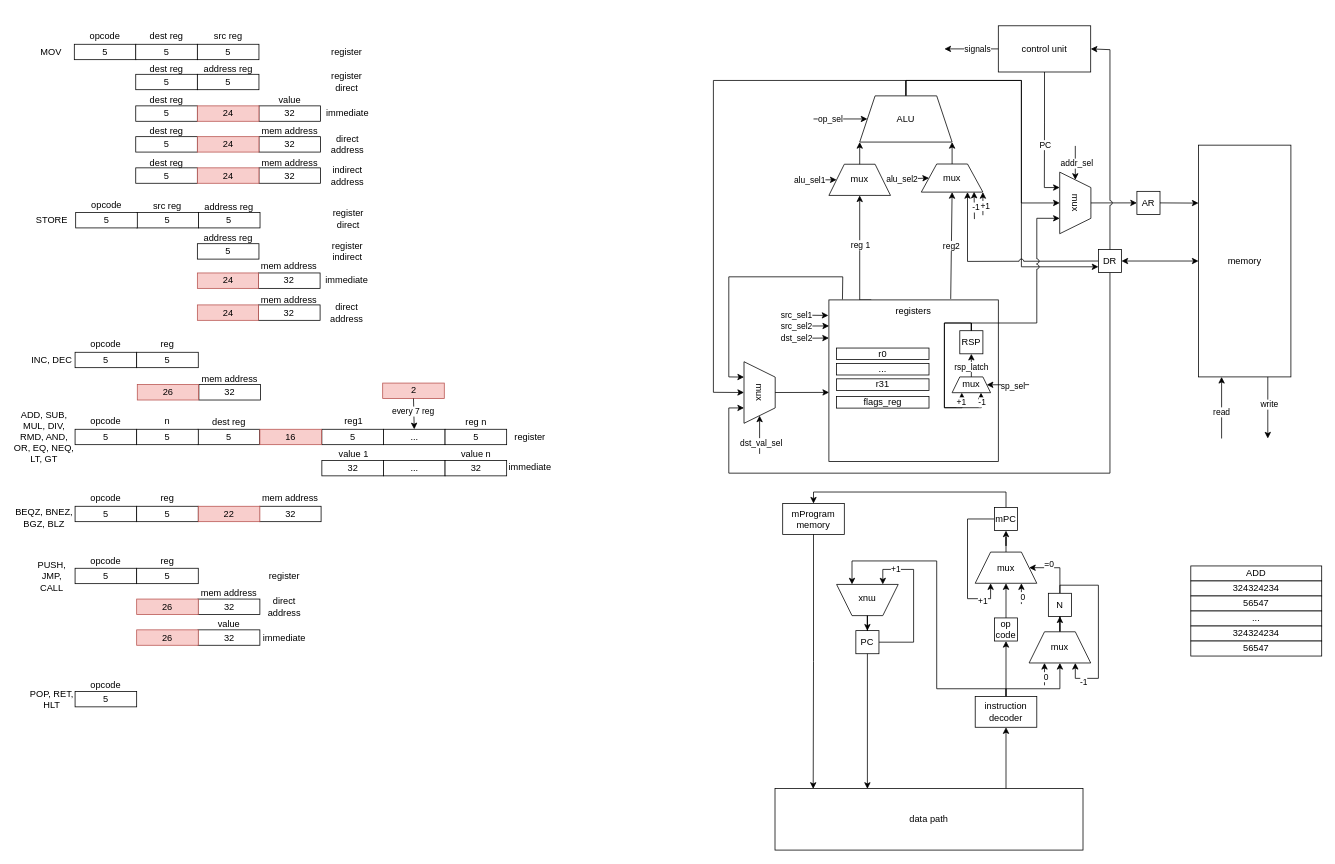
Earlier version of the draw.io diagram resources/csa_lab4.drawio (vanya9090/csa_lab4). Source tidied: cells renumbered, new cells numbered last; positions are measured from the earlier drawing's top-left corner, leaving out a move shared by most shapes. Both pictures are drawn from the tidied source at 77%, with x=0, y=0 at pixel (13, 25).
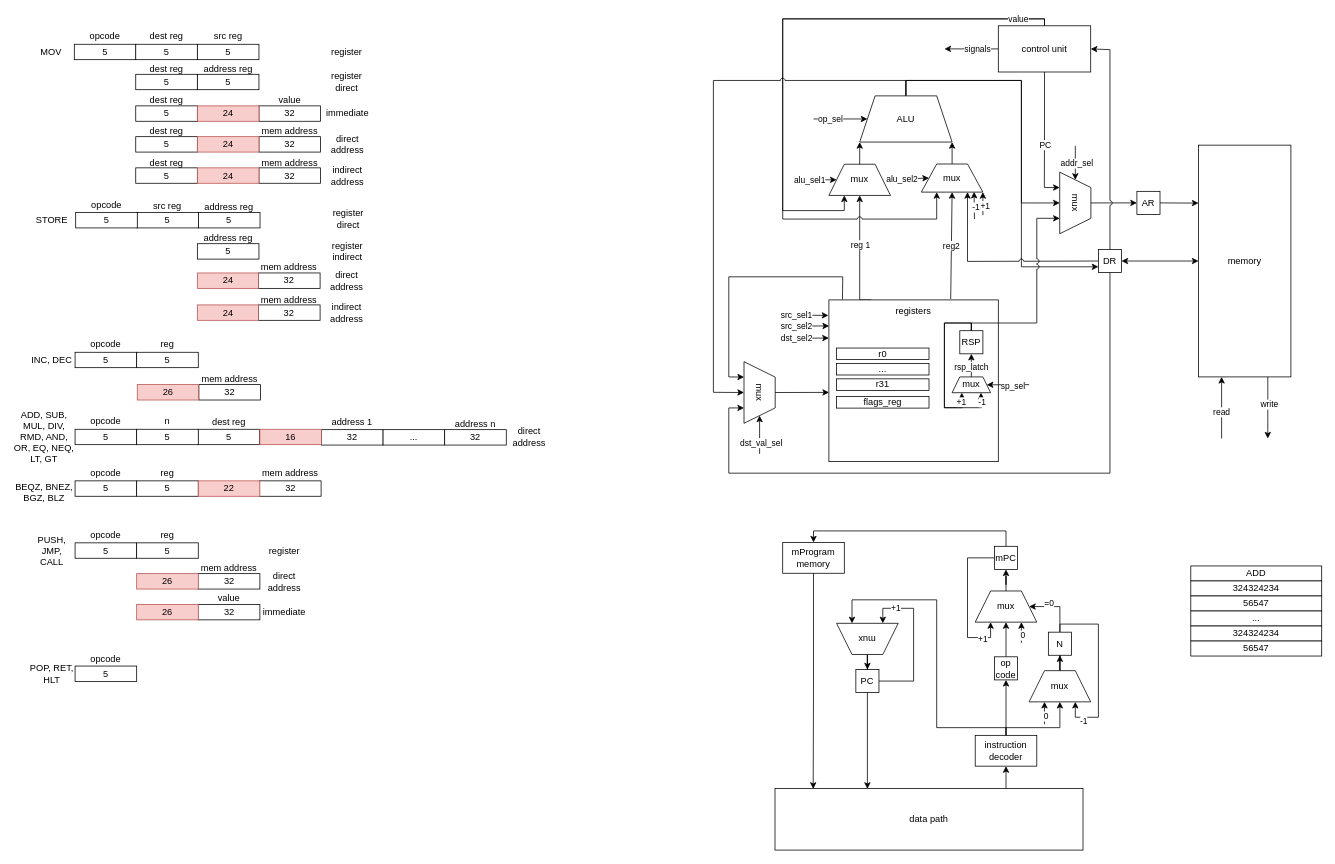
After the change.

The change refers to these unchanged cells:
```xml
<mxCell id="54" style="rounded=0;whiteSpace=wrap;html=1;" parent="1" vertex="1">
  <mxGeometry x="1059" y="357" width="220" height="210" as="geometry" />
</mxCell>
<mxCell id="58" value="mux" style="shape=trapezoid;perimeter=trapezoidPerimeter;whiteSpace=wrap;html=1;fixedSize=1;" parent="1" vertex="1">
  <mxGeometry x="1059" y="180.8" width="80" height="40.5" as="geometry" />
</mxCell>
<mxCell id="59" value="mux" style="shape=trapezoid;perimeter=trapezoidPerimeter;whiteSpace=wrap;html=1;fixedSize=1;" parent="1" vertex="1">
  <mxGeometry x="1179" y="180.5" width="80" height="36.5" as="geometry" />
</mxCell>
<mxCell id="70" value="control unit" style="rounded=0;whiteSpace=wrap;html=1;" parent="1" vertex="1">
  <mxGeometry x="1279" y="1" width="120" height="60" as="geometry" />
</mxCell>
```

Diff of the diagram source:
```diff
@@
-    <mxCell id="11" value="immediate" style="text;html=1;align=center;verticalAlign=middle;whiteSpace=wrap;rounded=0;" parent="1" vertex="1">
+    <mxCell id="11" value="direct address" style="text;html=1;align=center;verticalAlign=middle;whiteSpace=wrap;rounded=0;" parent="1" vertex="1">
       <mxGeometry x="403.2" y="317" width="60" height="30" as="geometry" />
     </mxCell>
@@
-    <mxCell id="25" value="5" style="rounded=0;whiteSpace=wrap;html=1;" parent="1" vertex="1">
-      <mxGeometry x="400.5" y="525" width="80" height="20" as="geometry" />
-    </mxCell>
-    <mxCell id="26" value="reg1" style="text;html=1;align=center;verticalAlign=middle;whiteSpace=wrap;rounded=0;" parent="1" vertex="1">
-      <mxGeometry x="411.5" y="500" width="60" height="30" as="geometry" />
-    </mxCell>
-    <mxCell id="27" value="..." style="rounded=0;whiteSpace=wrap;html=1;" parent="1" vertex="1">
-      <mxGeometry x="480.5" y="525" width="80" height="20" as="geometry" />
-    </mxCell>
-    <mxCell id="28" value="5" style="rounded=0;whiteSpace=wrap;html=1;" parent="1" vertex="1">
-      <mxGeometry x="560.5" y="525" width="80" height="20" as="geometry" />
-    </mxCell>
-    <mxCell id="29" value="reg n" style="text;html=1;align=center;verticalAlign=middle;whiteSpace=wrap;rounded=0;" parent="1" vertex="1">
-      <mxGeometry x="570.5" y="500.5" width="60" height="30" as="geometry" />
-    </mxCell>
     <mxCell id="30" value="32" style="rounded=0;whiteSpace=wrap;html=1;" parent="1" vertex="1">
-      <mxGeometry x="400.5" y="565.5" width="80" height="20" as="geometry" />
+      <mxGeometry x="400" y="525.5" width="80" height="20" as="geometry" />
     </mxCell>
     <mxCell id="31" value="..." style="rounded=0;whiteSpace=wrap;html=1;" parent="1" vertex="1">
-      <mxGeometry x="480.5" y="565.5" width="80" height="20" as="geometry" />
+      <mxGeometry x="480" y="525.5" width="80" height="20" as="geometry" />
     </mxCell>
     <mxCell id="32" value="32" style="rounded=0;whiteSpace=wrap;html=1;" parent="1" vertex="1">
-      <mxGeometry x="560.5" y="565.5" width="80" height="20" as="geometry" />
+      <mxGeometry x="560" y="525.5" width="80" height="20" as="geometry" />
     </mxCell>
-    <mxCell id="33" value="value 1" style="text;html=1;align=center;verticalAlign=middle;whiteSpace=wrap;rounded=0;" parent="1" vertex="1">
-      <mxGeometry x="381.5" y="542.5" width="120" height="30" as="geometry" />
+    <mxCell id="33" value="address 1" style="text;html=1;align=center;verticalAlign=middle;whiteSpace=wrap;rounded=0;" parent="1" vertex="1">
+      <mxGeometry x="380" y="500.5" width="120" height="30" as="geometry" />
     </mxCell>
-    <mxCell id="34" value="value n" style="text;html=1;align=center;verticalAlign=middle;whiteSpace=wrap;rounded=0;" parent="1" vertex="1">
-      <mxGeometry x="540.5" y="542.5" width="120" height="30" as="geometry" />
+    <mxCell id="34" value="address n" style="text;html=1;align=center;verticalAlign=middle;whiteSpace=wrap;rounded=0;" parent="1" vertex="1">
+      <mxGeometry x="540" y="502.5" width="120" height="30" as="geometry" />
     </mxCell>
@@
     <mxCell id="37" value="5" style="rounded=0;whiteSpace=wrap;html=1;" parent="1" vertex="1">
-      <mxGeometry x="80" y="865.5" width="80" height="20" as="geometry" />
+      <mxGeometry x="80" y="832.5" width="80" height="20" as="geometry" />
     </mxCell>
     <mxCell id="38" value="POP, RET, HLT" style="text;html=1;align=center;verticalAlign=middle;whiteSpace=wrap;rounded=0;" parent="1" vertex="1">
-      <mxGeometry x="20" y="860.5" width="60" height="30" as="geometry" />
+      <mxGeometry x="20" y="827.5" width="60" height="30" as="geometry" />
     </mxCell>
     <mxCell id="39" value="opcode" style="text;html=1;align=center;verticalAlign=middle;whiteSpace=wrap;rounded=0;" parent="1" vertex="1">
-      <mxGeometry x="90" y="841.5" width="60" height="30" as="geometry" />
+      <mxGeometry x="90" y="808.5" width="60" height="30" as="geometry" />
     </mxCell>
@@
     <mxCell id="42" value="5" style="rounded=0;whiteSpace=wrap;html=1;" parent="1" vertex="1">
-      <mxGeometry x="80" y="705.5" width="80" height="20" as="geometry" />
+      <mxGeometry x="80" y="672.5" width="80" height="20" as="geometry" />
     </mxCell>
     <mxCell id="43" value="PUSH, JMP, CALL" style="text;html=1;align=center;verticalAlign=middle;whiteSpace=wrap;rounded=0;" parent="1" vertex="1">
-      <mxGeometry x="20" y="700.5" width="60" height="30" as="geometry" />
+      <mxGeometry x="20" y="667.5" width="60" height="30" as="geometry" />
     </mxCell>
     <mxCell id="44" value="opcode" style="text;html=1;align=center;verticalAlign=middle;whiteSpace=wrap;rounded=0;" parent="1" vertex="1">
-      <mxGeometry x="90" y="680.5" width="60" height="30" as="geometry" />
+      <mxGeometry x="90" y="647.5" width="60" height="30" as="geometry" />
     </mxCell>
     <mxCell id="45" value="5" style="rounded=0;whiteSpace=wrap;html=1;" parent="1" vertex="1">
-      <mxGeometry x="160" y="705.5" width="80" height="20" as="geometry" />
+      <mxGeometry x="160" y="672.5" width="80" height="20" as="geometry" />
     </mxCell>
     <mxCell id="46" value="reg" style="text;html=1;align=center;verticalAlign=middle;whiteSpace=wrap;rounded=0;" parent="1" vertex="1">
-      <mxGeometry x="170" y="680.5" width="60" height="30" as="geometry" />
+      <mxGeometry x="170" y="647.5" width="60" height="30" as="geometry" />
     </mxCell>
     <mxCell id="47" value="32" style="rounded=0;whiteSpace=wrap;html=1;" parent="1" vertex="1">
-      <mxGeometry x="239.5" y="745.5" width="80.5" height="20" as="geometry" />
+      <mxGeometry x="239.5" y="712.5" width="80.5" height="20" as="geometry" />
     </mxCell>
     <mxCell id="48" value="mem address" style="text;html=1;align=center;verticalAlign=middle;whiteSpace=wrap;rounded=0;" parent="1" vertex="1">
-      <mxGeometry x="220" y="723" width="120" height="30" as="geometry" />
+      <mxGeometry x="220" y="690" width="120" height="30" as="geometry" />
     </mxCell>
     <mxCell id="49" value="32" style="rounded=0;whiteSpace=wrap;html=1;" parent="1" vertex="1">
-      <mxGeometry x="239.5" y="785.5" width="80.5" height="20" as="geometry" />
+      <mxGeometry x="239.5" y="752.5" width="80.5" height="20" as="geometry" />
     </mxCell>
     <mxCell id="50" value="value" style="text;html=1;align=center;verticalAlign=middle;whiteSpace=wrap;rounded=0;" parent="1" vertex="1">
-      <mxGeometry x="220" y="763" width="120" height="30" as="geometry" />
+      <mxGeometry x="220" y="730" width="120" height="30" as="geometry" />
     </mxCell>
@@
-    <mxCell id="52" style="edgeStyle=orthogonalEdgeStyle;rounded=0;jettySize=auto;html=1;exitX=0.25;exitY=0;exitDx=0;exitDy=0;entryX=0.5;entryY=1;entryDx=0;entryDy=0;" parent="1" edge="1" source="54" target="58">
+    <mxCell id="52" style="edgeStyle=orthogonalEdgeStyle;rounded=0;jettySize=auto;html=1;exitX=0.25;exitY=0;exitDx=0;exitDy=0;entryX=0.5;entryY=1;entryDx=0;entryDy=0;jumpStyle=arc;" parent="1" edge="1" source="54" target="58">
       <mxGeometry relative="1" as="geometry">
         <Array as="points">
           <mxPoint x="1099" y="357" />
         </Array>
       </mxGeometry>
     </mxCell>
@@
+    <mxCell id="218" style="edgeStyle=orthogonalEdgeStyle;rounded=0;jettySize=auto;html=1;entryX=0.25;entryY=1;entryDx=0;entryDy=0;" parent="1" edge="1" source="70" target="58">
+      <mxGeometry relative="1" as="geometry">
+        <Array as="points">
+          <mxPoint x="1339" y="-8" />
+          <mxPoint x="999" y="-8" />
+          <mxPoint x="999" y="241" />
+          <mxPoint x="1079" y="241" />
+        </Array>
+      </mxGeometry>
+    </mxCell>
+    <mxCell id="219" style="edgeStyle=orthogonalEdgeStyle;rounded=0;jettySize=auto;html=1;entryX=0.25;entryY=1;entryDx=0;entryDy=0;jumpStyle=arc;" parent="1" edge="1" source="70" target="59">
+      <mxGeometry relative="1" as="geometry">
+        <Array as="points">
+          <mxPoint x="1339" y="-8" />
+          <mxPoint x="999" y="-8" />
+          <mxPoint x="999" y="252" />
+          <mxPoint x="1199" y="252" />
+        </Array>
+      </mxGeometry>
+    </mxCell>
+    <mxCell id="220" value="value" style="edgeLabel;html=1;align=center;verticalAlign=middle;" parent="219" vertex="1">
+      <mxGeometry x="-0.57" y="-1" relative="1" as="geometry">
+        <mxPoint x="137" as="offset" />
+      </mxGeometry>
+    </mxCell>
@@
-    <mxCell id="124" value="2" style="rounded=0;whiteSpace=wrap;html=1;fillColor=#f8cecc;strokeColor=#b85450;" parent="1" vertex="1">
-      <mxGeometry x="479.5" y="465" width="80" height="20" as="geometry" />
-    </mxCell>
-    <mxCell id="125" style="endArrow=classic;html=1;rounded=0;exitX=0.5;exitY=1;exitDx=0;exitDy=0;entryX=0.5;entryY=0;entryDx=0;entryDy=0;" parent="1" edge="1" source="124" target="27">
-      <mxGeometry relative="1" as="geometry" />
-    </mxCell>
-    <mxCell id="126" value="every 7 reg" style="edgeLabel;html=1;align=center;verticalAlign=middle;" parent="125" vertex="1">
-      <mxGeometry x="-0.21" y="-1" relative="1" as="geometry" />
-    </mxCell>
     <mxCell id="127" value="26" style="rounded=0;whiteSpace=wrap;html=1;fillColor=#f8cecc;strokeColor=#b85450;" parent="1" vertex="1">
-      <mxGeometry x="160" y="745.5" width="80" height="20" as="geometry" />
+      <mxGeometry x="160" y="712.5" width="80" height="20" as="geometry" />
     </mxCell>
     <mxCell id="128" value="26" style="rounded=0;whiteSpace=wrap;html=1;fillColor=#f8cecc;strokeColor=#b85450;" parent="1" vertex="1">
-      <mxGeometry x="160" y="785.5" width="80" height="20" as="geometry" />
+      <mxGeometry x="160" y="752.5" width="80" height="20" as="geometry" />
     </mxCell>
@@
     <mxCell id="136" style="edgeStyle=orthogonalEdgeStyle;rounded=0;jettySize=auto;html=1;entryX=0.75;entryY=1;entryDx=0;entryDy=0;exitX=0.5;exitY=0;exitDx=0;exitDy=0;" parent="1" edge="1" source="138" target="160">
       <mxGeometry relative="1" as="geometry">
         <Array as="points">
-          <mxPoint x="1289" y="862" />
-          <mxPoint x="1199" y="862" />
-          <mxPoint x="1199" y="696" />
-          <mxPoint x="1089" y="696" />
+          <mxPoint x="1289" y="912.5" />
+          <mxPoint x="1199" y="912.5" />
+          <mxPoint x="1199" y="746.5" />
+          <mxPoint x="1089" y="746.5" />
         </Array>
       </mxGeometry>
     </mxCell>
     <mxCell id="137" style="edgeStyle=orthogonalEdgeStyle;rounded=0;jettySize=auto;html=1;entryX=0.5;entryY=1;entryDx=0;entryDy=0;" parent="1" edge="1" source="138" target="215">
       <mxGeometry relative="1" as="geometry">
         <Array as="points">
-          <mxPoint x="1289" y="862" />
-          <mxPoint x="1359" y="862" />
+          <mxPoint x="1289" y="912.5" />
+          <mxPoint x="1359" y="912.5" />
         </Array>
       </mxGeometry>
     </mxCell>
     <mxCell id="138" value="instruction&lt;div&gt;decoder&lt;/div&gt;" style="rounded=0;whiteSpace=wrap;html=1;" parent="1" vertex="1">
-      <mxGeometry x="1249" y="872" width="80" height="40" as="geometry" />
+      <mxGeometry x="1249" y="922.5" width="80" height="40" as="geometry" />
     </mxCell>
@@
     <mxCell id="140" style="edgeStyle=orthogonalEdgeStyle;rounded=0;jettySize=auto;html=1;entryX=0.25;entryY=1;entryDx=0;entryDy=0;" parent="1" edge="1" source="142" target="160">
       <mxGeometry relative="1" as="geometry">
         <Array as="points">
-          <mxPoint x="1169" y="801" />
-          <mxPoint x="1169" y="707" />
-          <mxPoint x="1129" y="707" />
+          <mxPoint x="1169" y="851.5" />
+          <mxPoint x="1169" y="757.5" />
+          <mxPoint x="1129" y="757.5" />
         </Array>
       </mxGeometry>
     </mxCell>
@@
     <mxCell id="142" value="PC" style="rounded=0;whiteSpace=wrap;html=1;" parent="1" vertex="1">
-      <mxGeometry x="1094" y="786.5" width="30" height="30" as="geometry" />
+      <mxGeometry x="1094" y="837" width="30" height="30" as="geometry" />
     </mxCell>
@@
     <mxCell id="144" value="mux" style="shape=trapezoid;perimeter=trapezoidPerimeter;whiteSpace=wrap;html=1;fixedSize=1;rotation=0;" parent="1" vertex="1">
-      <mxGeometry x="1249" y="684.5" width="80" height="40.5" as="geometry" />
+      <mxGeometry x="1249" y="735" width="80" height="40.5" as="geometry" />
     </mxCell>
     <mxCell id="145" style="edgeStyle=orthogonalEdgeStyle;rounded=0;jettySize=auto;html=1;entryX=0.5;entryY=0;entryDx=0;entryDy=0;" parent="1" edge="1" source="148" target="150">
       <mxGeometry relative="1" as="geometry">
         <Array as="points">
-          <mxPoint x="1289" y="606.5" />
-          <mxPoint x="1039" y="606.5" />
+          <mxPoint x="1289" y="657" />
+          <mxPoint x="1039" y="657" />
         </Array>
       </mxGeometry>
     </mxCell>
     <mxCell id="146" style="edgeStyle=orthogonalEdgeStyle;rounded=0;jettySize=auto;html=1;entryX=0.25;entryY=1;entryDx=0;entryDy=0;" parent="1" edge="1" source="148" target="144">
       <mxGeometry relative="1" as="geometry">
         <Array as="points">
-          <mxPoint x="1239" y="642" />
-          <mxPoint x="1239" y="745" />
-          <mxPoint x="1269" y="745" />
+          <mxPoint x="1239" y="692.5" />
+          <mxPoint x="1239" y="795.5" />
+          <mxPoint x="1269" y="795.5" />
         </Array>
       </mxGeometry>
     </mxCell>
@@
     <mxCell id="148" value="mPC" style="rounded=0;whiteSpace=wrap;html=1;" parent="1" vertex="1">
-      <mxGeometry x="1274" y="626.5" width="30" height="30" as="geometry" />
+      <mxGeometry x="1274" y="677" width="30" height="30" as="geometry" />
     </mxCell>
@@
     <mxCell id="150" value="mProgram&lt;div&gt;memory&lt;/div&gt;" style="rounded=0;whiteSpace=wrap;html=1;" parent="1" vertex="1">
-      <mxGeometry x="999" y="621.5" width="80" height="40" as="geometry" />
+      <mxGeometry x="999" y="672" width="80" height="40" as="geometry" />
     </mxCell>
     <mxCell id="151" value="5" style="rounded=0;whiteSpace=wrap;html=1;" parent="1" vertex="1">
-      <mxGeometry x="80" y="625" width="80" height="20" as="geometry" />
+      <mxGeometry x="80" y="592" width="80" height="20" as="geometry" />
     </mxCell>
     <mxCell id="152" value="opcode" style="text;html=1;align=center;verticalAlign=middle;whiteSpace=wrap;rounded=0;" parent="1" vertex="1">
-      <mxGeometry x="90" y="600" width="60" height="30" as="geometry" />
+      <mxGeometry x="90" y="567" width="60" height="30" as="geometry" />
     </mxCell>
     <mxCell id="153" value="5" style="rounded=0;whiteSpace=wrap;html=1;" parent="1" vertex="1">
-      <mxGeometry x="160" y="625" width="80" height="20" as="geometry" />
+      <mxGeometry x="160" y="592" width="80" height="20" as="geometry" />
     </mxCell>
     <mxCell id="154" value="reg" style="text;html=1;align=center;verticalAlign=middle;whiteSpace=wrap;rounded=0;" parent="1" vertex="1">
-      <mxGeometry x="170" y="600" width="60" height="30" as="geometry" />
+      <mxGeometry x="170" y="567" width="60" height="30" as="geometry" />
     </mxCell>
     <mxCell id="155" value="BEQZ, BNEZ, BGZ, BLZ" style="text;html=1;align=center;verticalAlign=middle;whiteSpace=wrap;rounded=0;" parent="1" vertex="1">
-      <mxGeometry y="625" width="80" height="30" as="geometry" />
+      <mxGeometry y="592" width="80" height="30" as="geometry" />
     </mxCell>
     <mxCell id="156" value="32" style="rounded=0;whiteSpace=wrap;html=1;" parent="1" vertex="1">
-      <mxGeometry x="319.5" y="625" width="80" height="20" as="geometry" />
+      <mxGeometry x="319.5" y="592" width="80" height="20" as="geometry" />
     </mxCell>
     <mxCell id="157" value="mem address" style="text;html=1;align=center;verticalAlign=middle;whiteSpace=wrap;rounded=0;" parent="1" vertex="1">
-      <mxGeometry x="319" y="600" width="80.5" height="30" as="geometry" />
+      <mxGeometry x="319" y="567" width="80.5" height="30" as="geometry" />
     </mxCell>
     <mxCell id="158" value="22" style="rounded=0;whiteSpace=wrap;html=1;fillColor=#f8cecc;strokeColor=#b85450;" parent="1" vertex="1">
-      <mxGeometry x="240" y="625" width="80" height="20" as="geometry" />
+      <mxGeometry x="240" y="592" width="80" height="20" as="geometry" />
     </mxCell>
@@
     <mxCell id="160" value="mux" style="shape=trapezoid;perimeter=trapezoidPerimeter;whiteSpace=wrap;html=1;fixedSize=1;rotation=-180;" parent="1" vertex="1">
-      <mxGeometry x="1069" y="726.5" width="80" height="40.5" as="geometry" />
+      <mxGeometry x="1069" y="777" width="80" height="40.5" as="geometry" />
     </mxCell>
@@
-    <mxCell id="180" value="register" style="text;html=1;align=center;verticalAlign=middle;whiteSpace=wrap;rounded=0;" parent="1" vertex="1">
-      <mxGeometry x="640.5" y="520" width="60" height="30" as="geometry" />
-    </mxCell>
-    <mxCell id="181" value="immediate" style="text;html=1;align=center;verticalAlign=middle;whiteSpace=wrap;rounded=0;" parent="1" vertex="1">
-      <mxGeometry x="640.5" y="560" width="60" height="30" as="geometry" />
+    <mxCell id="181" value="direct address" style="text;html=1;align=center;verticalAlign=middle;whiteSpace=wrap;rounded=0;" parent="1" vertex="1">
+      <mxGeometry x="640" y="520" width="60" height="30" as="geometry" />
     </mxCell>
     <mxCell id="182" value="register" style="text;html=1;align=center;verticalAlign=middle;whiteSpace=wrap;rounded=0;" parent="1" vertex="1">
-      <mxGeometry x="321.5" y="700.5" width="60" height="30" as="geometry" />
+      <mxGeometry x="321.5" y="667.5" width="60" height="30" as="geometry" />
     </mxCell>
     <mxCell id="183" value="direct address" style="text;html=1;align=center;verticalAlign=middle;whiteSpace=wrap;rounded=0;" parent="1" vertex="1">
-      <mxGeometry x="321.5" y="740.5" width="60" height="30" as="geometry" />
+      <mxGeometry x="321.5" y="707.5" width="60" height="30" as="geometry" />
     </mxCell>
     <mxCell id="184" value="immediate" style="text;html=1;align=center;verticalAlign=middle;whiteSpace=wrap;rounded=0;" parent="1" vertex="1">
-      <mxGeometry x="321.5" y="780.5" width="60" height="30" as="geometry" />
+      <mxGeometry x="321.5" y="747.5" width="60" height="30" as="geometry" />
     </mxCell>
     <mxCell id="185" style="endArrow=classic;html=1;rounded=0;entryX=0.75;entryY=1;entryDx=0;entryDy=0;" parent="1" edge="1" target="144">
       <mxGeometry relative="1" as="geometry">
-        <mxPoint x="1309" y="752" as="sourcePoint" />
+        <mxPoint x="1309" y="802.5" as="sourcePoint" />
       </mxGeometry>
     </mxCell>
@@
-    <mxCell id="197" value="direct address" style="text;html=1;align=center;verticalAlign=middle;whiteSpace=wrap;rounded=0;" parent="1" vertex="1">
+    <mxCell id="197" value="indirect address" style="text;html=1;align=center;verticalAlign=middle;whiteSpace=wrap;rounded=0;" parent="1" vertex="1">
       <mxGeometry x="403.2" y="358.5" width="60" height="30" as="geometry" />
     </mxCell>
@@
     <mxCell id="201" style="edgeStyle=orthogonalEdgeStyle;rounded=0;jettySize=auto;html=1;entryX=0.75;entryY=1;entryDx=0;entryDy=0;" parent="1" edge="1" source="205" target="215">
       <mxGeometry relative="1" as="geometry">
         <Array as="points">
-          <mxPoint x="1359" y="727.5" />
-          <mxPoint x="1409" y="727.5" />
-          <mxPoint x="1409" y="848.5" />
-          <mxPoint x="1379" y="848.5" />
+          <mxPoint x="1359" y="778" />
+          <mxPoint x="1409" y="778" />
+          <mxPoint x="1409" y="899" />
+          <mxPoint x="1379" y="899" />
         </Array>
       </mxGeometry>
     </mxCell>
@@
     <mxCell id="203" style="edgeStyle=orthogonalEdgeStyle;rounded=0;jettySize=auto;html=1;entryX=1;entryY=0.5;entryDx=0;entryDy=0;" parent="1" edge="1" source="205" target="144">
       <mxGeometry relative="1" as="geometry">
         <Array as="points">
-          <mxPoint x="1359" y="705" />
+          <mxPoint x="1359" y="755.5" />
         </Array>
       </mxGeometry>
     </mxCell>
@@
     <mxCell id="205" value="N" style="rounded=0;whiteSpace=wrap;html=1;" parent="1" vertex="1">
-      <mxGeometry x="1344" y="738" width="30" height="30" as="geometry" />
+      <mxGeometry x="1344" y="788.5" width="30" height="30" as="geometry" />
     </mxCell>
@@
     <mxCell id="213" value="op&lt;div&gt;code&lt;/div&gt;" style="rounded=0;whiteSpace=wrap;html=1;" parent="1" vertex="1">
-      <mxGeometry x="1274" y="770" width="30" height="30" as="geometry" />
+      <mxGeometry x="1274" y="820.5" width="30" height="30" as="geometry" />
     </mxCell>
@@
     <mxCell id="215" value="mux" style="shape=trapezoid;perimeter=trapezoidPerimeter;whiteSpace=wrap;html=1;fixedSize=1;rotation=0;" parent="1" vertex="1">
-      <mxGeometry x="1319" y="788" width="80" height="40.5" as="geometry" />
+      <mxGeometry x="1319" y="838.5" width="80" height="40.5" as="geometry" />
     </mxCell>
     <mxCell id="216" style="endArrow=classic;html=1;rounded=0;entryX=0.25;entryY=1;entryDx=0;entryDy=0;" parent="1" edge="1" target="215">
       <mxGeometry relative="1" as="geometry">
-        <mxPoint x="1339" y="857.5" as="sourcePoint" />
+        <mxPoint x="1339" y="908" as="sourcePoint" />
       </mxGeometry>
     </mxCell>
```
